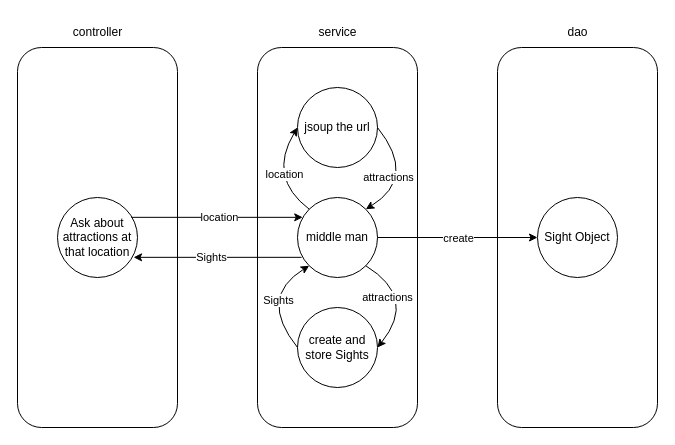
This is HomeworkOne/HomeworkOne.drawio from PeiJeSsu/SummerHomework, a draw.io file, before an edit. Source tidied: cells renumbered, new cells numbered last; positions are measured from the earlier drawing's top-left corner, leaving out a move shared by most shapes. Both pictures are drawn from the tidied source at 100%, with x=0, y=0 at pixel (17, 17).
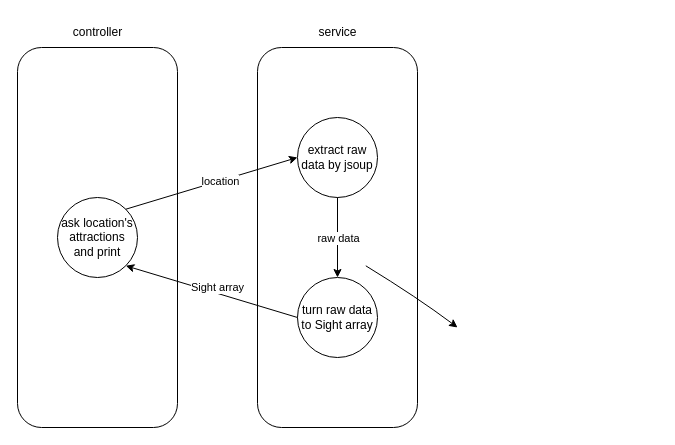
After the change.

Change to the diagram source:
```diff
@@
-    <mxCell id="3" value="Ask about attractions at that location" style="ellipse;whiteSpace=wrap;html=1;" parent="1" vertex="1">
-      <mxGeometry x="40" y="180" width="80" height="80" as="geometry" />
-    </mxCell>
@@
-    <mxCell id="7" style="rounded=1;whiteSpace=wrap;html=1;" parent="1" vertex="1">
-      <mxGeometry x="480" y="30" width="160" height="380" as="geometry" />
-    </mxCell>
-    <mxCell id="8" value="dao" style="text;html=1;align=center;verticalAlign=middle;strokeColor=none;fillColor=none;" parent="1" vertex="1">
-      <mxGeometry x="540" width="40" height="30" as="geometry" />
-    </mxCell>
-    <mxCell id="9" value="Sight Object" style="ellipse;whiteSpace=wrap;html=1;" parent="1" vertex="1">
-      <mxGeometry x="520" y="180" width="80" height="80" as="geometry" />
-    </mxCell>
-    <mxCell id="10" value="middle man" style="ellipse;whiteSpace=wrap;html=1;" parent="1" vertex="1">
-      <mxGeometry x="280" y="180" width="80" height="80" as="geometry" />
-    </mxCell>
-    <mxCell id="11" style="endArrow=classic;html=1;rounded=0;exitX=0.924;exitY=0.248;exitDx=0;exitDy=0;entryX=0.065;entryY=0.248;entryDx=0;entryDy=0;exitPerimeter=0;entryPerimeter=0;" parent="1" edge="1" source="3" target="10">
-      <mxGeometry relative="1" as="geometry" />
-    </mxCell>
-    <mxCell id="12" value="location" style="edgeLabel;html=1;align=center;verticalAlign=middle;" parent="11" vertex="1">
-      <mxGeometry x="-0.21" relative="1" as="geometry">
-        <mxPoint x="20" as="offset" />
-      </mxGeometry>
-    </mxCell>
-    <mxCell id="13" style="endArrow=classic;html=1;rounded=0;exitX=1;exitY=0.5;exitDx=0;exitDy=0;entryX=0;entryY=0.5;entryDx=0;entryDy=0;" parent="1" edge="1" source="10" target="9">
-      <mxGeometry relative="1" as="geometry" />
-    </mxCell>
-    <mxCell id="14" value="create" style="edgeLabel;html=1;align=center;verticalAlign=middle;" parent="13" vertex="1">
-      <mxGeometry x="-0.08" y="1" relative="1" as="geometry">
-        <mxPoint x="6" y="1" as="offset" />
-      </mxGeometry>
-    </mxCell>
-    <mxCell id="15" value="jsoup the url" style="ellipse;whiteSpace=wrap;html=1;" parent="1" vertex="1">
-      <mxGeometry x="280" y="70" width="80" height="80" as="geometry" />
-    </mxCell>
-    <mxCell id="16" style="curved=1;endArrow=classic;html=1;rounded=0;exitX=0;exitY=0;exitDx=0;exitDy=0;entryX=0;entryY=0.5;entryDx=0;entryDy=0;" parent="1" edge="1" source="10" target="15">
-      <mxGeometry relative="1" as="geometry">
-        <Array as="points">
-          <mxPoint x="250" y="160" />
-        </Array>
-      </mxGeometry>
-    </mxCell>
-    <mxCell id="17" value="location" style="edgeLabel;html=1;align=center;verticalAlign=middle;" parent="16" vertex="1">
-      <mxGeometry x="0.15" y="-12" relative="1" as="geometry" />
-    </mxCell>
-    <mxCell id="18" style="curved=1;endArrow=classic;html=1;rounded=0;exitX=1;exitY=0.5;exitDx=0;exitDy=0;entryX=1;entryY=0;entryDx=0;entryDy=0;" parent="1" edge="1" source="15" target="10">
-      <mxGeometry relative="1" as="geometry">
-        <Array as="points">
-          <mxPoint x="400" y="160" />
-        </Array>
-      </mxGeometry>
-    </mxCell>
-    <mxCell id="19" value="attractions" style="edgeLabel;html=1;align=center;verticalAlign=middle;" parent="18" vertex="1">
-      <mxGeometry x="-0.26" y="-11" relative="1" as="geometry">
-        <mxPoint x="-10" y="7" as="offset" />
-      </mxGeometry>
-    </mxCell>
-    <mxCell id="20" value="create and store Sights" style="ellipse;whiteSpace=wrap;html=1;" parent="1" vertex="1">
-      <mxGeometry x="280" y="290" width="80" height="80" as="geometry" />
-    </mxCell>
-    <mxCell id="21" style="curved=1;endArrow=classic;html=1;rounded=0;exitX=1;exitY=1;exitDx=0;exitDy=0;entryX=1;entryY=0.5;entryDx=0;entryDy=0;" parent="1" edge="1" source="10" target="20">
+    <mxCell id="21" style="curved=1;endArrow=classic;html=1;rounded=0;exitX=1;exitY=1;exitDx=0;exitDy=0;entryX=1;entryY=0.5;entryDx=0;entryDy=0;" parent="1" edge="1">
       <mxGeometry relative="1" as="geometry">
+        <mxPoint x="348.3" y="248.3" as="sourcePoint" />
+        <mxPoint x="440" y="310" as="targetPoint" />
         <Array as="points">
           <mxPoint x="400" y="280" />
         </Array>
       </mxGeometry>
     </mxCell>
-    <mxCell id="22" value="attractions" style="edgeLabel;html=1;align=center;verticalAlign=middle;" parent="21" vertex="1">
-      <mxGeometry x="-0.26" y="-11" relative="1" as="geometry">
-        <mxPoint x="-12" y="-2" as="offset" />
-      </mxGeometry>
-    </mxCell>
-    <mxCell id="23" style="curved=1;endArrow=classic;html=1;rounded=0;entryX=0;entryY=1;entryDx=0;entryDy=0;exitX=0;exitY=0.5;exitDx=0;exitDy=0;" parent="1" edge="1" source="20" target="10">
-      <mxGeometry relative="1" as="geometry">
-        <Array as="points">
-          <mxPoint x="240" y="280" />
-        </Array>
-      </mxGeometry>
-    </mxCell>
-    <mxCell id="24" value="Sights" style="edgeLabel;html=1;align=center;verticalAlign=middle;" parent="23" vertex="1">
-      <mxGeometry x="0.15" y="-12" relative="1" as="geometry">
-        <mxPoint x="7" y="-4" as="offset" />
-      </mxGeometry>
-    </mxCell>
-    <mxCell id="25" style="endArrow=classic;html=1;rounded=0;exitX=0.051;exitY=0.748;exitDx=0;exitDy=0;exitPerimeter=0;entryX=0.951;entryY=0.748;entryDx=0;entryDy=0;entryPerimeter=0;" parent="1" edge="1" source="10" target="3">
-      <mxGeometry relative="1" as="geometry" />
-    </mxCell>
-    <mxCell id="26" value="Sights" style="edgeLabel;html=1;align=center;verticalAlign=middle;" parent="25" vertex="1">
-      <mxGeometry x="0.08" relative="1" as="geometry" />
-    </mxCell>
+    <mxCell id="27" value="ask location's attractions and print" style="ellipse;whiteSpace=wrap;html=1;" parent="1" vertex="1">
+      <mxGeometry x="40" y="180" width="80" height="80" as="geometry" />
+    </mxCell>
+    <mxCell id="28" value="extract raw data by jsoup" style="ellipse;whiteSpace=wrap;html=1;" parent="1" vertex="1">
+      <mxGeometry x="280" y="100" width="80" height="80" as="geometry" />
+    </mxCell>
+    <mxCell id="29" value="turn raw data to Sight array" style="ellipse;whiteSpace=wrap;html=1;" parent="1" vertex="1">
+      <mxGeometry x="280" y="260" width="80" height="80" as="geometry" />
+    </mxCell>
+    <mxCell id="30" style="endArrow=classic;html=1;rounded=0;exitX=1;exitY=0;exitDx=0;exitDy=0;entryX=0;entryY=0.5;entryDx=0;entryDy=0;" parent="1" edge="1" source="27" target="28">
+      <mxGeometry relative="1" as="geometry" />
+    </mxCell>
+    <mxCell id="31" value="location" style="edgeLabel;html=1;align=center;verticalAlign=middle;" parent="30" vertex="1">
+      <mxGeometry x="0.09" relative="1" as="geometry" />
+    </mxCell>
+    <mxCell id="32" style="endArrow=classic;html=1;rounded=0;exitX=0.5;exitY=1;exitDx=0;exitDy=0;entryX=0.5;entryY=0;entryDx=0;entryDy=0;" parent="1" edge="1" source="28" target="29">
+      <mxGeometry relative="1" as="geometry" />
+    </mxCell>
+    <mxCell id="33" value="raw data" style="edgeLabel;html=1;align=center;verticalAlign=middle;" parent="32" vertex="1">
+      <mxGeometry x="-0.03" y="-2" relative="1" as="geometry">
+        <mxPoint x="2" y="1" as="offset" />
+      </mxGeometry>
+    </mxCell>
+    <mxCell id="34" style="endArrow=classic;html=1;rounded=0;exitX=0;exitY=0.5;exitDx=0;exitDy=0;entryX=1;entryY=1;entryDx=0;entryDy=0;" parent="1" edge="1" source="29" target="27">
+      <mxGeometry relative="1" as="geometry" />
+    </mxCell>
+    <mxCell id="35" value="Sight array" style="edgeLabel;html=1;align=center;verticalAlign=middle;" parent="34" vertex="1">
+      <mxGeometry x="0.04" y="-5" relative="1" as="geometry">
+        <mxPoint x="7" y="1" as="offset" />
+      </mxGeometry>
+    </mxCell>
```
